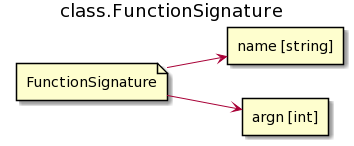
Above: img/classes/class.function_signature.png in AndreyBezverkhniy/KVM (PlantUML), before the change. Its diagram source:
```plantuml
@startuml
left to right direction
title class.FunctionSignature

file FunctionSignature
rectangle "name [string]" as name
rectangle "argn [int]" as argn

FunctionSignature-->name
FunctionSignature-->argn
@enduml
```
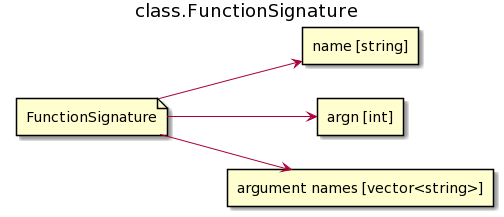
Later version of the same file.

The edit, as a diff of the source:
```diff
@@ -5,7 +5,9 @@
 file FunctionSignature
 rectangle "name [string]" as name
 rectangle "argn [int]" as argn
+rectangle "argument names [vector<string>]" as args
 
 FunctionSignature-->name
 FunctionSignature-->argn
+FunctionSignature-->args
 @enduml
```
